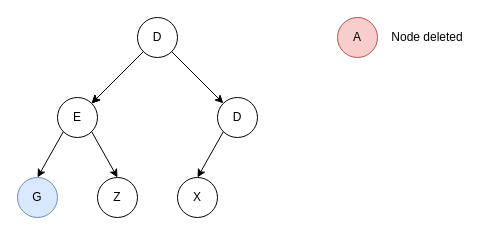
yxlin118/personal-website keeps this draw.io diagram as page "delete3" (8 of 8) of Untitled Diagram.drawio. Above is the earlier version. Source tidied: cells renumbered, new cells numbered last; positions are measured from the earlier drawing's top-left corner, leaving out a move shared by most shapes. Both pictures are drawn from the tidied source at 100%, with x=0, y=0 at pixel (17, 17).
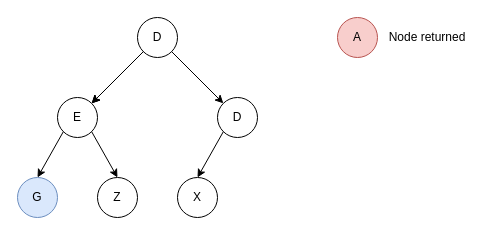
Above is the later version.

The edit, as a diff of the source:
```diff
@@
 <mxGraphModel>
   <root>
     <mxCell id="0" />
     <mxCell id="1" parent="0" />
     <mxCell id="2" value="D" style="ellipse;whiteSpace=wrap;html=1;" parent="1" vertex="1">
       <mxGeometry x="120" width="40" height="40" as="geometry" />
     </mxCell>
     <mxCell id="3" value="E" style="ellipse;whiteSpace=wrap;html=1;" parent="1" vertex="1">
       <mxGeometry x="40" y="80" width="40" height="40" as="geometry" />
     </mxCell>
     <mxCell id="4" value="D" style="ellipse;whiteSpace=wrap;html=1;" parent="1" vertex="1">
       <mxGeometry x="200" y="80" width="40" height="40" as="geometry" />
     </mxCell>
     <mxCell id="5" value="G" style="ellipse;whiteSpace=wrap;html=1;fillColor=#dae8fc;strokeColor=#6c8ebf;" parent="1" vertex="1">
       <mxGeometry y="160" width="40" height="40" as="geometry" />
     </mxCell>
     <mxCell id="6" value="Z" style="ellipse;whiteSpace=wrap;html=1;" parent="1" vertex="1">
       <mxGeometry x="80" y="160" width="40" height="40" as="geometry" />
     </mxCell>
     <mxCell id="7" value="X" style="ellipse;whiteSpace=wrap;html=1;" parent="1" vertex="1">
       <mxGeometry x="160" y="160" width="40" height="40" as="geometry" />
     </mxCell>
     <mxCell id="8" style="endArrow=classic;html=1;exitX=0;exitY=1;exitDx=0;exitDy=0;entryX=1;entryY=0;entryDx=0;entryDy=0;" parent="1" edge="1" source="2" target="3">
       <mxGeometry relative="1" as="geometry" />
     </mxCell>
     <mxCell id="9" style="endArrow=classic;html=1;exitX=1;exitY=1;exitDx=0;exitDy=0;" parent="1" edge="1" source="2" target="4">
       <mxGeometry relative="1" as="geometry" />
     </mxCell>
     <mxCell id="10" style="endArrow=classic;html=1;exitX=0;exitY=1;exitDx=0;exitDy=0;entryX=1;entryY=0;entryDx=0;entryDy=0;" parent="1" edge="1">
       <mxGeometry relative="1" as="geometry">
         <mxPoint x="125.9" y="34.1" as="sourcePoint" />
         <mxPoint x="74.1" y="85.9" as="targetPoint" />
       </mxGeometry>
     </mxCell>
     <mxCell id="11" style="endArrow=classic;html=1;exitX=0;exitY=1;exitDx=0;exitDy=0;entryX=0.5;entryY=0;entryDx=0;entryDy=0;" parent="1" edge="1" source="3" target="5">
       <mxGeometry relative="1" as="geometry" />
     </mxCell>
     <mxCell id="12" style="endArrow=classic;html=1;exitX=1;exitY=1;exitDx=0;exitDy=0;entryX=0.5;entryY=0;entryDx=0;entryDy=0;" parent="1" edge="1" source="3" target="6">
       <mxGeometry relative="1" as="geometry" />
     </mxCell>
     <mxCell id="13" style="endArrow=classic;html=1;exitX=0;exitY=1;exitDx=0;exitDy=0;entryX=0.5;entryY=0;entryDx=0;entryDy=0;" parent="1" edge="1" source="4" target="7">
       <mxGeometry relative="1" as="geometry" />
     </mxCell>
-    <mxCell id="14" value="Node deleted" style="text;html=1;strokeColor=none;fillColor=none;align=center;verticalAlign=middle;whiteSpace=wrap;rounded=0;" parent="1" vertex="1">
+    <mxCell id="14" value="Node returned" style="text;html=1;strokeColor=none;fillColor=none;align=center;verticalAlign=middle;whiteSpace=wrap;rounded=0;" parent="1" vertex="1">
       <mxGeometry x="360" y="10" width="100" height="20" as="geometry" />
     </mxCell>
     <mxCell id="15" value="A" style="ellipse;whiteSpace=wrap;html=1;fillColor=#f8cecc;strokeColor=#b85450;" parent="1" vertex="1">
       <mxGeometry x="320" width="40" height="40" as="geometry" />
     </mxCell>
   </root>
 </mxGraphModel>
```
